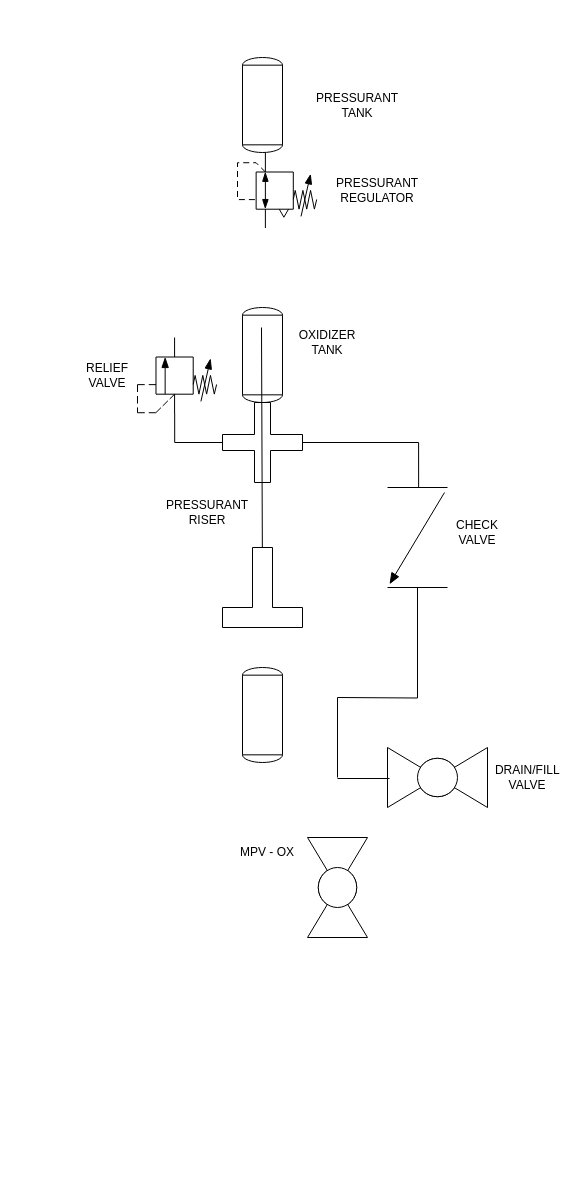
This is ZEPHYR-X1000.drawio from jaredhumphreys3141/ZEPHYR-X1000, a draw.io file, before an edit. Source tidied: cells renumbered, new cells numbered last; positions are measured from the earlier drawing's top-left corner, leaving out a move shared by most shapes. Both pictures are drawn from the tidied source at 100%, with x=0, y=0 at pixel (77, 57).
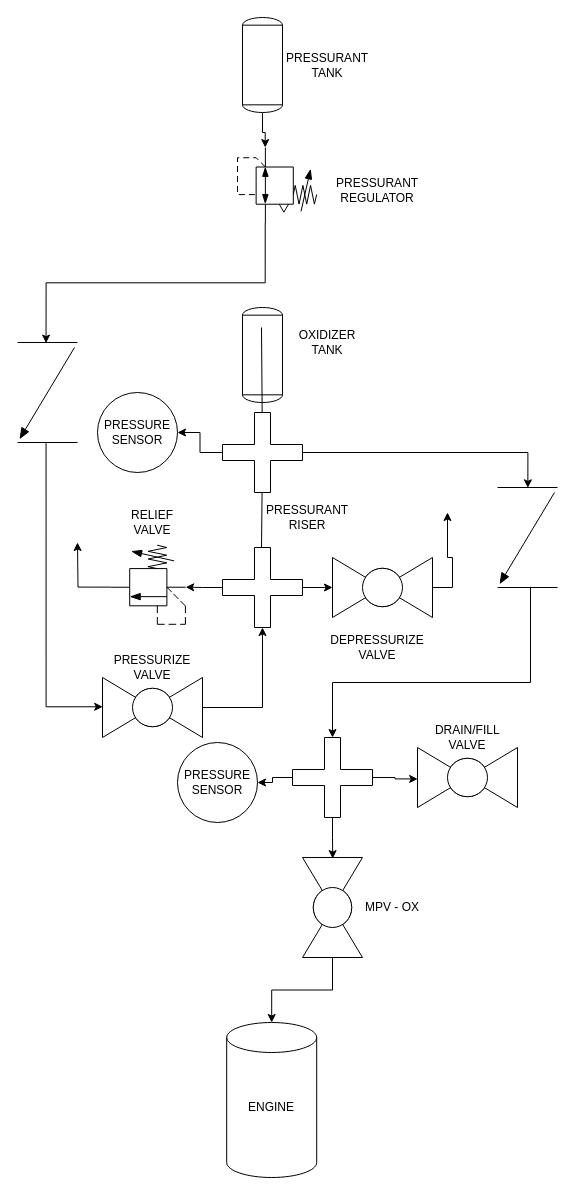
Above is the later version.

The edit, as a diff of the source:
```diff
@@
+    <mxCell id="26" style="edgeStyle=orthogonalEdgeStyle;rounded=0;jettySize=auto;html=1;entryX=0.35;entryY=0;entryDx=0;entryDy=0;entryPerimeter=0;" parent="1" edge="1" source="2" target="5">
+      <mxGeometry relative="1" as="geometry" />
+    </mxCell>
     <mxCell id="2" style="shape=mxgraph.pid.vessels.tank;html=1;align=center;verticalLabelPosition=bottom;verticalAlign=top;dashed=0;" parent="1" vertex="1">
-      <mxGeometry x="165" width="40" height="95" as="geometry" />
+      <mxGeometry x="165" y="-40" width="40" height="95" as="geometry" />
     </mxCell>
@@
-    <mxCell id="4" style="shape=mxgraph.pid.vessels.tank;html=1;align=center;verticalLabelPosition=bottom;verticalAlign=top;dashed=0;" parent="1" vertex="1">
-      <mxGeometry x="165" y="610" width="40" height="95" as="geometry" />
-    </mxCell>
+    <mxCell id="27" style="edgeStyle=orthogonalEdgeStyle;rounded=0;jettySize=auto;html=1;exitX=0.35;exitY=1;exitDx=0;exitDy=0;exitPerimeter=0;entryX=0.006;entryY=0.524;entryDx=0;entryDy=0;entryPerimeter=0;" parent="1" edge="1" source="5" target="41">
+      <mxGeometry relative="1" as="geometry" />
+    </mxCell>
     <mxCell id="5" style="verticalLabelPosition=bottom;html=1;verticalAlign=top;fillColor=strokeColor;align=center;outlineConnect=0;shape=mxgraph.fluid_power.x10540;points=[[0.35,0,0],[0.35,1,0]];" parent="1" vertex="1">
-      <mxGeometry x="160" y="95" width="79.2" height="75.5" as="geometry" />
+      <mxGeometry x="160" y="90" width="79.2" height="75.5" as="geometry" />
     </mxCell>
+    <mxCell id="28" style="edgeStyle=orthogonalEdgeStyle;rounded=0;jettySize=auto;html=1;" parent="1" edge="1" source="6" target="38">
+      <mxGeometry relative="1" as="geometry" />
+    </mxCell>
+    <mxCell id="29" style="edgeStyle=orthogonalEdgeStyle;rounded=0;jettySize=auto;html=1;entryX=0.47;entryY=1;entryDx=0;entryDy=0;entryPerimeter=0;" parent="1" edge="1" source="6" target="13">
+      <mxGeometry relative="1" as="geometry" />
+    </mxCell>
     <mxCell id="6" style="shape=cross;whiteSpace=wrap;html=1;" parent="1" vertex="1">
-      <mxGeometry x="145" y="345" width="80" height="80" as="geometry" />
+      <mxGeometry x="145" y="490" width="80" height="80" as="geometry" />
     </mxCell>
-    <mxCell id="7" style="endArrow=none;html=1;rounded=0;" parent="1" edge="1" source="8">
-      <mxGeometry relative="1" as="geometry">
-        <mxPoint x="184" y="270" as="targetPoint" />
-      </mxGeometry>
-    </mxCell>
-    <mxCell id="8" style="shape=tee;whiteSpace=wrap;html=1;rotation=-180;" parent="1" vertex="1">
-      <mxGeometry x="145" y="490" width="80" height="80" as="geometry" />
-    </mxCell>
+    <mxCell id="30" style="edgeStyle=orthogonalEdgeStyle;rounded=0;jettySize=auto;html=1;entryX=0.003;entryY=0.494;entryDx=0;entryDy=0;entryPerimeter=0;exitX=1;exitY=0.5;exitDx=0;exitDy=0;exitPerimeter=0;" parent="1" edge="1" source="48" target="19">
+      <mxGeometry relative="1" as="geometry" />
+    </mxCell>
@@
     <mxCell id="10" value="PRESSURANT RISER" style="text;html=1;whiteSpace=wrap;strokeColor=none;fillColor=none;align=center;verticalAlign=middle;rounded=0;" parent="1" vertex="1">
-      <mxGeometry x="100" y="440" width="60" height="30" as="geometry" />
+      <mxGeometry x="200" y="445" width="60" height="30" as="geometry" />
     </mxCell>
+    <mxCell id="31" style="edgeStyle=orthogonalEdgeStyle;rounded=0;jettySize=auto;html=1;" parent="1" edge="1" source="11" target="56">
+      <mxGeometry relative="1" as="geometry" />
+    </mxCell>
     <mxCell id="11" style="verticalLabelPosition=bottom;align=center;html=1;verticalAlign=top;dashed=0;shape=mxgraph.pid2valves.valve;valveType=ball;rotation=-90;" parent="1" vertex="1">
-      <mxGeometry x="210" y="800" width="100" height="60" as="geometry" />
+      <mxGeometry x="205" y="820" width="100" height="60" as="geometry" />
     </mxCell>
     <mxCell id="12" value="MPV - OX" style="text;html=1;whiteSpace=wrap;strokeColor=none;fillColor=none;align=center;verticalAlign=middle;rounded=0;" parent="1" vertex="1">
-      <mxGeometry x="160" y="780" width="60" height="30" as="geometry" />
+      <mxGeometry x="285" y="835" width="60" height="30" as="geometry" />
     </mxCell>
+    <mxCell id="32" style="edgeStyle=orthogonalEdgeStyle;rounded=0;jettySize=auto;html=1;exitX=0.47;exitY=0;exitDx=0;exitDy=0;exitPerimeter=0;" parent="1" edge="1" source="13">
+      <mxGeometry relative="1" as="geometry">
+        <mxPoint y="485" as="targetPoint" />
+      </mxGeometry>
+    </mxCell>
-    <mxCell id="13" style="verticalLabelPosition=bottom;html=1;verticalAlign=top;fillColor=strokeColor;align=center;outlineConnect=0;shape=mxgraph.fluid_power.x10500;points=[[0.47,0,0],[0.47,1,0]];" parent="1" vertex="1">
-      <mxGeometry x="60" y="280" width="79.1" height="75.5" as="geometry" />
+    <mxCell id="13" style="verticalLabelPosition=bottom;html=1;verticalAlign=top;fillColor=strokeColor;align=center;outlineConnect=0;shape=mxgraph.fluid_power.x10500;points=[[0.47,0,0],[0.47,1,0]];rotation=-90;" parent="1" vertex="1">
+      <mxGeometry x="30.9" y="489.5" width="79.1" height="75.5" as="geometry" />
     </mxCell>
-    <mxCell id="14" style="endArrow=none;html=1;rounded=0;edgeStyle=orthogonalEdgeStyle;exitX=0.47;exitY=1;exitDx=0;exitDy=0;exitPerimeter=0;entryX=0;entryY=0.5;entryDx=0;entryDy=0;entryPerimeter=0;" parent="1" edge="1" source="13" target="6">
-      <mxGeometry relative="1" as="geometry" />
-    </mxCell>
     <mxCell id="15" value="RELIEF VALVE" style="text;html=1;whiteSpace=wrap;strokeColor=none;fillColor=none;align=center;verticalAlign=middle;rounded=0;" parent="1" vertex="1">
-      <mxGeometry y="302.8" width="60" height="30" as="geometry" />
+      <mxGeometry x="45" y="450" width="60" height="30" as="geometry" />
     </mxCell>
-    <mxCell id="16" style="verticalLabelPosition=bottom;align=center;html=1;verticalAlign=top;dashed=0;shape=mxgraph.pid2valves.valve;valveType=ball;" parent="1" vertex="1">
-      <mxGeometry x="310" y="690" width="100" height="60" as="geometry" />
+    <mxCell id="16" style="verticalLabelPosition=bottom;align=center;html=1;verticalAlign=top;dashed=0;shape=mxgraph.pid2valves.valve;valveType=ball;rotation=0;" parent="1" vertex="1">
+      <mxGeometry x="340" y="690" width="100" height="60" as="geometry" />
     </mxCell>
-    <mxCell id="17" style="endArrow=none;html=1;rounded=0;entryX=0.02;entryY=0.517;entryDx=0;entryDy=0;entryPerimeter=0;" parent="1" edge="1" target="16">
-      <mxGeometry relative="1" as="geometry">
-        <mxPoint x="260" y="721" as="sourcePoint" />
-      </mxGeometry>
-    </mxCell>
     <mxCell id="18" value="DRAIN/FILL VALVE" style="text;html=1;whiteSpace=wrap;strokeColor=none;fillColor=none;align=center;verticalAlign=middle;rounded=0;" parent="1" vertex="1">
-      <mxGeometry x="420" y="705" width="60" height="30" as="geometry" />
+      <mxGeometry x="360" y="665" width="60" height="30" as="geometry" />
     </mxCell>
+    <mxCell id="33" style="edgeStyle=orthogonalEdgeStyle;rounded=0;jettySize=auto;html=1;entryX=0;entryY=0;entryDx=80;entryDy=10;entryPerimeter=0;exitX=0.993;exitY=0.45;exitDx=0;exitDy=0;exitPerimeter=0;" parent="1" edge="1" source="19">
+      <mxGeometry relative="1" as="geometry">
+        <mxPoint x="255" y="680" as="targetPoint" />
+        <Array as="points">
+          <mxPoint x="453" y="625" />
+          <mxPoint x="255" y="625" />
+        </Array>
+      </mxGeometry>
+    </mxCell>
     <mxCell id="19" style="verticalLabelPosition=bottom;align=center;html=1;verticalAlign=top;dashed=0;shape=mxgraph.pid2valves.valve;valveType=check;rotation=90;" parent="1" vertex="1">
-      <mxGeometry x="290" y="450" width="100" height="60" as="geometry" />
+      <mxGeometry x="400" y="450" width="100" height="60" as="geometry" />
     </mxCell>
-    <mxCell id="20" style="endArrow=none;html=1;rounded=0;entryX=1;entryY=0.5;entryDx=0;entryDy=0;entryPerimeter=0;edgeStyle=orthogonalEdgeStyle;exitX=0.004;exitY=0.481;exitDx=0;exitDy=0;exitPerimeter=0;" parent="1" edge="1" source="19" target="6">
-      <mxGeometry relative="1" as="geometry" />
-    </mxCell>
-    <mxCell id="21" style="endArrow=none;html=1;rounded=0;edgeStyle=orthogonalEdgeStyle;entryX=1;entryY=0.5;entryDx=0;entryDy=0;entryPerimeter=0;" parent="1" edge="1" target="19">
-      <mxGeometry relative="1" as="geometry">
-        <mxPoint x="260" y="640" as="sourcePoint" />
-      </mxGeometry>
-    </mxCell>
-    <mxCell id="22" style="endArrow=none;html=1;rounded=0;" parent="1" edge="1">
-      <mxGeometry relative="1" as="geometry">
-        <mxPoint x="260" y="720" as="sourcePoint" />
-        <mxPoint x="260" y="640" as="targetPoint" />
-      </mxGeometry>
-    </mxCell>
-    <mxCell id="23" value="CHECK VALVE" style="text;html=1;whiteSpace=wrap;strokeColor=none;fillColor=none;align=center;verticalAlign=middle;rounded=0;" parent="1" vertex="1">
-      <mxGeometry x="370" y="460" width="60" height="30" as="geometry" />
-    </mxCell>
@@
     <mxCell id="25" value="PRESSURANT TANK" style="text;html=1;whiteSpace=wrap;strokeColor=none;fillColor=none;align=center;verticalAlign=middle;rounded=0;" parent="1" vertex="1">
-      <mxGeometry x="250" y="32.5" width="60" height="30" as="geometry" />
+      <mxGeometry x="220" y="-7.5" width="60" height="30" as="geometry" />
     </mxCell>
+    <mxCell id="34" style="edgeStyle=orthogonalEdgeStyle;rounded=0;jettySize=auto;html=1;entryX=0.5;entryY=1;entryDx=0;entryDy=0;entryPerimeter=0;" parent="1" edge="1" source="35" target="6">
+      <mxGeometry relative="1" as="geometry" />
+    </mxCell>
+    <mxCell id="35" style="verticalLabelPosition=bottom;align=center;html=1;verticalAlign=top;dashed=0;shape=mxgraph.pid2valves.valve;valveType=ball;" parent="1" vertex="1">
+      <mxGeometry x="25" y="620" width="100" height="60" as="geometry" />
+    </mxCell>
+    <mxCell id="36" value="PRESSURIZE VALVE" style="text;html=1;whiteSpace=wrap;strokeColor=none;fillColor=none;align=center;verticalAlign=middle;rounded=0;" parent="1" vertex="1">
+      <mxGeometry x="45" y="595" width="60" height="30" as="geometry" />
+    </mxCell>
+    <mxCell id="37" style="edgeStyle=orthogonalEdgeStyle;rounded=0;jettySize=auto;html=1;" parent="1" edge="1" source="38">
+      <mxGeometry relative="1" as="geometry">
+        <mxPoint x="370" y="455" as="targetPoint" />
+        <Array as="points">
+          <mxPoint x="375" y="530" />
+          <mxPoint x="375" y="500" />
+          <mxPoint x="370" y="500" />
+        </Array>
+      </mxGeometry>
+    </mxCell>
+    <mxCell id="38" style="verticalLabelPosition=bottom;align=center;html=1;verticalAlign=top;dashed=0;shape=mxgraph.pid2valves.valve;valveType=ball;" parent="1" vertex="1">
+      <mxGeometry x="255" y="500" width="100" height="60" as="geometry" />
+    </mxCell>
+    <mxCell id="39" value="DEPRESSURIZE VALVE" style="text;html=1;whiteSpace=wrap;strokeColor=none;fillColor=none;align=center;verticalAlign=middle;rounded=0;" parent="1" vertex="1">
+      <mxGeometry x="270" y="575" width="60" height="30" as="geometry" />
+    </mxCell>
+    <mxCell id="7" style="endArrow=none;html=1;rounded=0;" parent="1" edge="1" source="48">
+      <mxGeometry relative="1" as="geometry">
+        <mxPoint x="184" y="270" as="targetPoint" />
+      </mxGeometry>
+    </mxCell>
+    <mxCell id="40" style="edgeStyle=orthogonalEdgeStyle;rounded=0;jettySize=auto;html=1;entryX=0.002;entryY=0.488;entryDx=0;entryDy=0;entryPerimeter=0;exitX=1.006;exitY=0.524;exitDx=0;exitDy=0;exitPerimeter=0;" parent="1" edge="1" source="41" target="35">
+      <mxGeometry relative="1" as="geometry" />
+    </mxCell>
+    <mxCell id="41" style="verticalLabelPosition=bottom;align=center;html=1;verticalAlign=top;dashed=0;shape=mxgraph.pid2valves.valve;valveType=check;rotation=90;" parent="1" vertex="1">
+      <mxGeometry x="-80" y="305" width="100" height="60" as="geometry" />
+    </mxCell>
+    <mxCell id="42" style="edgeStyle=orthogonalEdgeStyle;rounded=0;jettySize=auto;html=1;entryX=0.989;entryY=0.504;entryDx=0;entryDy=0;entryPerimeter=0;" parent="1" edge="1" source="45" target="11">
+      <mxGeometry relative="1" as="geometry" />
+    </mxCell>
+    <mxCell id="43" style="edgeStyle=orthogonalEdgeStyle;rounded=0;jettySize=auto;html=1;entryX=0.002;entryY=0.524;entryDx=0;entryDy=0;entryPerimeter=0;" parent="1" edge="1" source="45" target="16">
+      <mxGeometry relative="1" as="geometry" />
+    </mxCell>
+    <mxCell id="44" style="edgeStyle=orthogonalEdgeStyle;rounded=0;jettySize=auto;html=1;" parent="1" edge="1" source="45" target="50">
+      <mxGeometry relative="1" as="geometry" />
+    </mxCell>
+    <mxCell id="45" style="shape=cross;whiteSpace=wrap;html=1;" parent="1" vertex="1">
+      <mxGeometry x="215" y="680" width="80" height="80" as="geometry" />
+    </mxCell>
+    <mxCell id="46" style="endArrow=none;html=1;rounded=0;" parent="1" edge="1" target="48">
+      <mxGeometry relative="1" as="geometry">
+        <mxPoint x="184" y="490" as="sourcePoint" />
+      </mxGeometry>
+    </mxCell>
+    <mxCell id="47" style="edgeStyle=orthogonalEdgeStyle;rounded=0;jettySize=auto;html=1;entryX=1;entryY=0.5;entryDx=0;entryDy=0;" parent="1" edge="1" source="48" target="53">
+      <mxGeometry relative="1" as="geometry" />
+    </mxCell>
+    <mxCell id="48" style="shape=cross;whiteSpace=wrap;html=1;" parent="1" vertex="1">
+      <mxGeometry x="145" y="355" width="80" height="80" as="geometry" />
+    </mxCell>
+    <mxCell id="49" style="group;" parent="1" vertex="1">
+      <mxGeometry x="100" y="685" width="80" height="80" as="geometry" />
+    </mxCell>
+    <mxCell id="50" style="ellipse;whiteSpace=wrap;html=1;" parent="49" vertex="1">
+      <mxGeometry width="80" height="80" as="geometry" />
+    </mxCell>
+    <mxCell id="51" value="PRESSURE SENSOR" style="text;html=1;whiteSpace=wrap;strokeColor=none;fillColor=none;align=center;verticalAlign=middle;rounded=0;" parent="49" vertex="1">
+      <mxGeometry x="10" y="25" width="60" height="30" as="geometry" />
+    </mxCell>
+    <mxCell id="52" style="group;" parent="1" vertex="1">
+      <mxGeometry x="20" y="335" width="80" height="80" as="geometry" />
+    </mxCell>
+    <mxCell id="53" style="ellipse;whiteSpace=wrap;html=1;" parent="52" vertex="1">
+      <mxGeometry width="80" height="80" as="geometry" />
+    </mxCell>
+    <mxCell id="54" value="PRESSURE SENSOR" style="text;html=1;whiteSpace=wrap;strokeColor=none;fillColor=none;align=center;verticalAlign=middle;rounded=0;" parent="52" vertex="1">
+      <mxGeometry x="10" y="25" width="60" height="30" as="geometry" />
+    </mxCell>
+    <mxCell id="55" style="group;" parent="1" vertex="1">
+      <mxGeometry x="149.2" y="965" width="90" height="155" as="geometry" />
+    </mxCell>
+    <mxCell id="56" style="shape=cylinder3;whiteSpace=wrap;html=1;boundedLbl=1;backgroundOutline=1;size=15;" parent="55" vertex="1">
+      <mxGeometry width="90" height="155" as="geometry" />
+    </mxCell>
+    <mxCell id="57" value="ENGINE" style="text;html=1;whiteSpace=wrap;strokeColor=none;fillColor=none;align=center;verticalAlign=middle;rounded=0;" parent="55" vertex="1">
+      <mxGeometry x="15" y="70" width="60" height="30" as="geometry" />
+    </mxCell>
```
